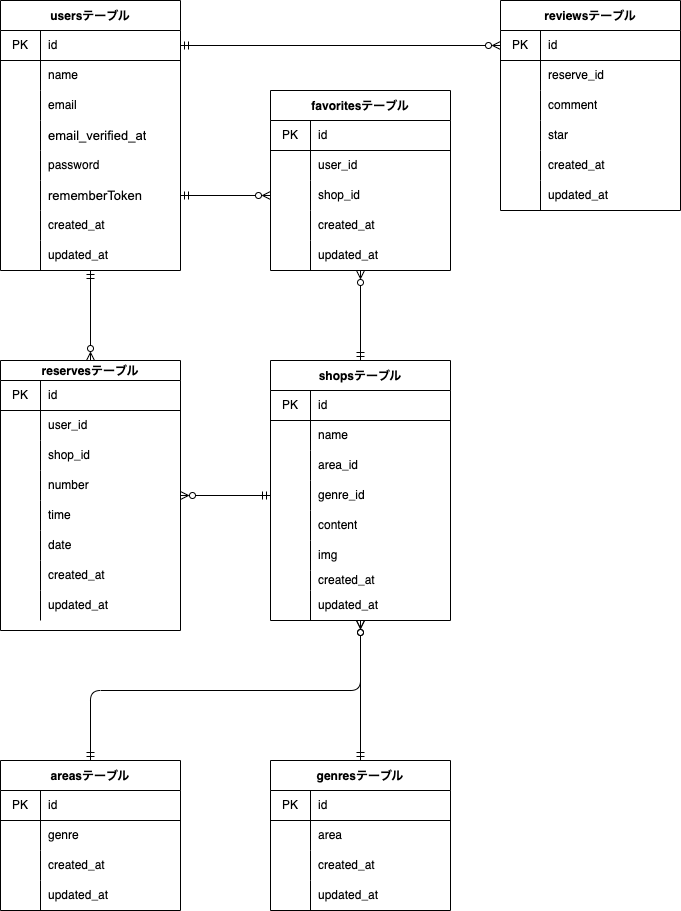
Before: public/img/readme/rese.drawio.png, a diagram exported from draw.io (appar377/rese-app). Source tidied: cells renumbered, new cells last; positions are measured from the earlier drawing's top-left corner, leaving out a move shared by most shapes.
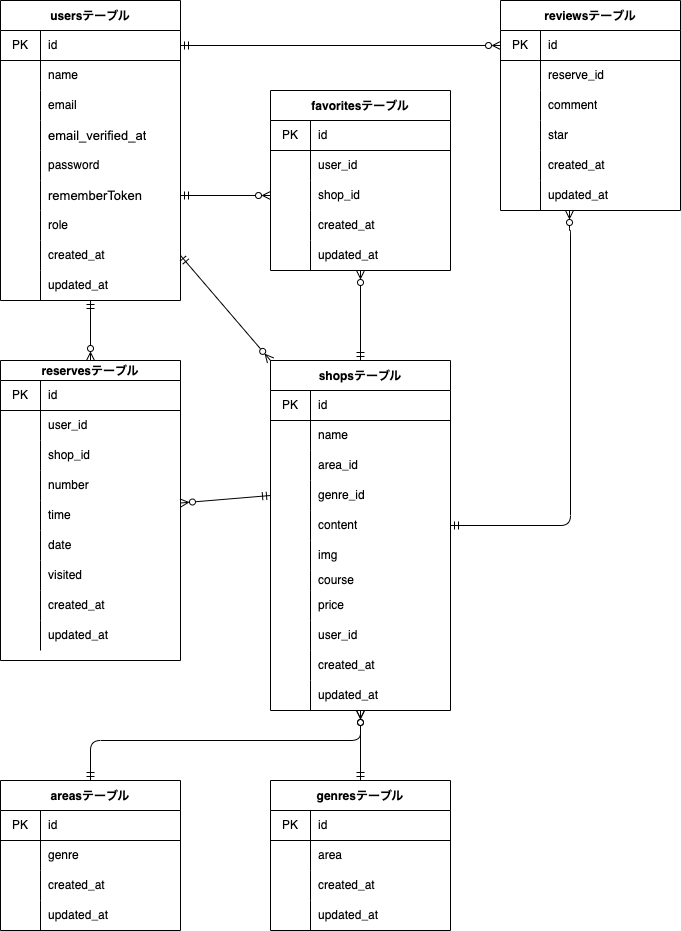
After the commit.

The edit, as a diff of the source:
```diff
@@ -3,7 +3,7 @@
     <mxCell id="0" />
     <mxCell id="1" parent="0" />
     <mxCell id="2" value="areasテーブル" style="shape=table;startSize=30;rowLines=0;fontStyle=1;align=center;" parent="1" vertex="1">
-      <mxGeometry y="760" width="180" height="150" as="geometry" />
+      <mxGeometry y="780" width="180" height="150" as="geometry" />
     </mxCell>
     <mxCell id="3" style="shape=partialRectangle;html=1;whiteSpace=wrap;fillColor=none;top=0;left=0;bottom=1;right=0;" parent="2" vertex="1">
       <mxGeometry y="30" width="180" height="30" as="geometry" />
@@ -96,7 +96,7 @@
       <mxGeometry relative="1" as="geometry" />
     </mxCell>
     <mxCell id="33" value="reservesテーブル" style="shape=table;startSize=20;rowLines=0;fontStyle=1;align=center;" parent="1" vertex="1">
-      <mxGeometry y="360" width="180" height="270" as="geometry" />
+      <mxGeometry y="360" width="180" height="300" as="geometry" />
     </mxCell>
     <mxCell id="34" style="shape=partialRectangle;html=1;whiteSpace=wrap;fillColor=none;top=0;left=0;bottom=1;right=0;" parent="33" vertex="1">
       <mxGeometry y="20" width="180" height="30" as="geometry" />
@@ -152,8 +152,17 @@
     <mxCell id="51" value="date" style="shape=partialRectangle;html=1;whiteSpace=wrap;fillColor=none;top=0;left=0;bottom=0;right=0;align=left;spacingLeft=6;overflow=hidden;" parent="49" vertex="1">
       <mxGeometry x="40" width="140" height="30" as="geometry" />
     </mxCell>
+    <mxCell id="146" style="shape=partialRectangle;html=1;whiteSpace=wrap;fillColor=none;top=0;left=0;bottom=0;right=0;" parent="33" vertex="1">
+      <mxGeometry y="200" width="180" height="30" as="geometry" />
+    </mxCell>
+    <mxCell id="147" style="shape=partialRectangle;html=1;whiteSpace=wrap;fillColor=none;top=0;left=0;bottom=0;right=0;overflow=hidden;" parent="146" vertex="1">
+      <mxGeometry width="40" height="30" as="geometry" />
+    </mxCell>
+    <mxCell id="148" value="visited" style="shape=partialRectangle;html=1;whiteSpace=wrap;fillColor=none;top=0;left=0;bottom=0;right=0;align=left;spacingLeft=6;overflow=hidden;" parent="146" vertex="1">
+      <mxGeometry x="40" width="140" height="30" as="geometry" />
+    </mxCell>
     <mxCell id="52" style="shape=partialRectangle;html=1;whiteSpace=wrap;fillColor=none;top=0;left=0;bottom=0;right=0;" parent="33" vertex="1">
-      <mxGeometry y="200" width="180" height="30" as="geometry" />
+      <mxGeometry y="230" width="180" height="30" as="geometry" />
     </mxCell>
     <mxCell id="53" style="shape=partialRectangle;html=1;whiteSpace=wrap;fillColor=none;top=0;left=0;bottom=0;right=0;overflow=hidden;" parent="52" vertex="1">
       <mxGeometry width="40" height="30" as="geometry" />
@@ -162,7 +171,7 @@
       <mxGeometry x="40" width="140" height="30" as="geometry" />
     </mxCell>
     <mxCell id="55" style="shape=partialRectangle;html=1;whiteSpace=wrap;fillColor=none;top=0;left=0;bottom=0;right=0;" parent="33" vertex="1">
-      <mxGeometry y="230" width="180" height="30" as="geometry" />
+      <mxGeometry y="260" width="180" height="30" as="geometry" />
     </mxCell>
     <mxCell id="56" style="shape=partialRectangle;html=1;whiteSpace=wrap;fillColor=none;top=0;left=0;bottom=0;right=0;overflow=hidden;" parent="55" vertex="1">
       <mxGeometry width="40" height="30" as="geometry" />
@@ -174,7 +183,7 @@
       <mxGeometry relative="1" as="geometry" />
     </mxCell>
     <mxCell id="59" value="shopsテーブル" style="shape=table;startSize=30;rowLines=0;fontStyle=1;align=center;" parent="1" vertex="1">
-      <mxGeometry x="270" y="360" width="180" height="260" as="geometry" />
+      <mxGeometry x="270" y="360" width="180" height="350" as="geometry" />
     </mxCell>
     <mxCell id="60" style="shape=partialRectangle;html=1;whiteSpace=wrap;fillColor=none;top=0;left=0;bottom=1;right=0;" parent="59" vertex="1">
       <mxGeometry y="30" width="180" height="30" as="geometry" />
@@ -236,7 +245,7 @@
     <mxCell id="79" style="shape=partialRectangle;html=1;whiteSpace=wrap;fillColor=none;top=0;left=0;bottom=0;right=0;overflow=hidden;" parent="78" vertex="1">
       <mxGeometry width="40" height="20" as="geometry" />
     </mxCell>
-    <mxCell id="80" value="created_at" style="shape=partialRectangle;html=1;whiteSpace=wrap;fillColor=none;top=0;left=0;bottom=0;right=0;align=left;spacingLeft=6;overflow=hidden;" parent="78" vertex="1">
+    <mxCell id="80" value="course" style="shape=partialRectangle;html=1;whiteSpace=wrap;fillColor=none;top=0;left=0;bottom=0;right=0;align=left;spacingLeft=6;overflow=hidden;" parent="78" vertex="1">
       <mxGeometry x="40" width="140" height="20" as="geometry" />
     </mxCell>
     <mxCell id="81" style="shape=partialRectangle;html=1;whiteSpace=wrap;fillColor=none;top=0;left=0;bottom=0;right=0;points=[[0,0.5],[1,0.5]];portConstraint=eastwest;" parent="59" vertex="1">
@@ -245,11 +254,38 @@
     <mxCell id="82" style="shape=partialRectangle;html=1;whiteSpace=wrap;fillColor=none;top=0;left=0;bottom=0;right=0;overflow=hidden;" parent="81" vertex="1">
       <mxGeometry width="40" height="30" as="geometry" />
     </mxCell>
-    <mxCell id="83" value="updated_at" style="shape=partialRectangle;html=1;whiteSpace=wrap;fillColor=none;top=0;left=0;bottom=0;right=0;align=left;spacingLeft=6;overflow=hidden;" parent="81" vertex="1">
+    <mxCell id="83" value="price" style="shape=partialRectangle;html=1;whiteSpace=wrap;fillColor=none;top=0;left=0;bottom=0;right=0;align=left;spacingLeft=6;overflow=hidden;" parent="81" vertex="1">
       <mxGeometry x="40" width="140" height="30" as="geometry" />
     </mxCell>
+    <mxCell id="149" style="shape=partialRectangle;html=1;whiteSpace=wrap;fillColor=none;top=0;left=0;bottom=0;right=0;" parent="59" vertex="1">
+      <mxGeometry y="260" width="180" height="30" as="geometry" />
+    </mxCell>
+    <mxCell id="150" style="shape=partialRectangle;html=1;whiteSpace=wrap;fillColor=none;top=0;left=0;bottom=0;right=0;overflow=hidden;" parent="149" vertex="1">
+      <mxGeometry width="40" height="30" as="geometry" />
+    </mxCell>
+    <mxCell id="151" value="user_id" style="shape=partialRectangle;html=1;whiteSpace=wrap;fillColor=none;top=0;left=0;bottom=0;right=0;align=left;spacingLeft=6;overflow=hidden;" parent="149" vertex="1">
+      <mxGeometry x="40" width="140" height="30" as="geometry" />
+    </mxCell>
+    <mxCell id="152" style="shape=partialRectangle;html=1;whiteSpace=wrap;fillColor=none;top=0;left=0;bottom=0;right=0;" parent="59" vertex="1">
+      <mxGeometry y="290" width="180" height="30" as="geometry" />
+    </mxCell>
+    <mxCell id="153" style="shape=partialRectangle;html=1;whiteSpace=wrap;fillColor=none;top=0;left=0;bottom=0;right=0;overflow=hidden;" parent="152" vertex="1">
+      <mxGeometry width="40" height="30" as="geometry" />
+    </mxCell>
+    <mxCell id="154" value="created_at" style="shape=partialRectangle;html=1;whiteSpace=wrap;fillColor=none;top=0;left=0;bottom=0;right=0;align=left;spacingLeft=6;overflow=hidden;" parent="152" vertex="1">
+      <mxGeometry x="40" width="140" height="30" as="geometry" />
+    </mxCell>
+    <mxCell id="155" style="shape=partialRectangle;html=1;whiteSpace=wrap;fillColor=none;top=0;left=0;bottom=0;right=0;" parent="59" vertex="1">
+      <mxGeometry y="320" width="180" height="30" as="geometry" />
+    </mxCell>
+    <mxCell id="156" style="shape=partialRectangle;html=1;whiteSpace=wrap;fillColor=none;top=0;left=0;bottom=0;right=0;overflow=hidden;" parent="155" vertex="1">
+      <mxGeometry width="40" height="30" as="geometry" />
+    </mxCell>
+    <mxCell id="157" value="updated_at" style="shape=partialRectangle;html=1;whiteSpace=wrap;fillColor=none;top=0;left=0;bottom=0;right=0;align=left;spacingLeft=6;overflow=hidden;" parent="155" vertex="1">
+      <mxGeometry x="40" width="140" height="30" as="geometry" />
+    </mxCell>
     <mxCell id="84" value="genresテーブル" style="shape=table;startSize=30;rowLines=0;fontStyle=1;align=center;" parent="1" vertex="1">
-      <mxGeometry x="270" y="760" width="180" height="150" as="geometry" />
+      <mxGeometry x="270" y="780" width="180" height="150" as="geometry" />
     </mxCell>
     <mxCell id="85" style="shape=partialRectangle;html=1;whiteSpace=wrap;fillColor=none;top=0;left=0;bottom=1;right=0;" parent="84" vertex="1">
       <mxGeometry y="30" width="180" height="30" as="geometry" />
@@ -294,7 +330,7 @@
       <mxGeometry relative="1" as="geometry" />
     </mxCell>
     <mxCell id="99" value="usersテーブル" style="shape=table;startSize=30;rowLines=0;fontStyle=1;align=center;" parent="1" vertex="1">
-      <mxGeometry width="180" height="270" as="geometry" />
+      <mxGeometry width="180" height="300" as="geometry" />
     </mxCell>
     <mxCell id="100" style="shape=partialRectangle;html=1;whiteSpace=wrap;fillColor=none;top=0;left=0;bottom=1;right=0;points=[[0,0.5],[1,0.5]];portConstraint=eastwest;" parent="99" vertex="1">
       <mxGeometry y="30" width="180" height="30" as="geometry" />
@@ -356,7 +392,7 @@
     <mxCell id="119" style="shape=partialRectangle;html=1;whiteSpace=wrap;fillColor=none;top=0;left=0;bottom=0;right=0;overflow=hidden;" parent="118" vertex="1">
       <mxGeometry width="40" height="30" as="geometry" />
     </mxCell>
-    <mxCell id="120" value="created_at" style="shape=partialRectangle;html=1;whiteSpace=wrap;fillColor=none;top=0;left=0;bottom=0;right=0;align=left;spacingLeft=6;overflow=hidden;" parent="118" vertex="1">
+    <mxCell id="120" value="role" style="shape=partialRectangle;html=1;whiteSpace=wrap;fillColor=none;top=0;left=0;bottom=0;right=0;align=left;spacingLeft=6;overflow=hidden;" parent="118" vertex="1">
       <mxGeometry x="40" width="140" height="30" as="geometry" />
     </mxCell>
     <mxCell id="121" style="shape=partialRectangle;html=1;whiteSpace=wrap;fillColor=none;top=0;left=0;bottom=0;right=0;points=[[0,0.5],[1,0.5]];portConstraint=eastwest;" parent="99" vertex="1">
@@ -365,11 +401,26 @@
     <mxCell id="122" style="shape=partialRectangle;html=1;whiteSpace=wrap;fillColor=none;top=0;left=0;bottom=0;right=0;overflow=hidden;" parent="121" vertex="1">
       <mxGeometry width="40" height="30" as="geometry" />
     </mxCell>
-    <mxCell id="123" value="updated_at" style="shape=partialRectangle;html=1;whiteSpace=wrap;fillColor=none;top=0;left=0;bottom=0;right=0;align=left;spacingLeft=6;overflow=hidden;" parent="121" vertex="1">
+    <mxCell id="123" value="created_at" style="shape=partialRectangle;html=1;whiteSpace=wrap;fillColor=none;top=0;left=0;bottom=0;right=0;align=left;spacingLeft=6;overflow=hidden;" parent="121" vertex="1">
       <mxGeometry x="40" width="140" height="30" as="geometry" />
     </mxCell>
+    <mxCell id="158" style="shape=partialRectangle;html=1;whiteSpace=wrap;fillColor=none;top=0;left=0;bottom=0;right=0;" parent="99" vertex="1">
+      <mxGeometry y="270" width="180" height="30" as="geometry" />
+    </mxCell>
+    <mxCell id="159" style="shape=partialRectangle;html=1;whiteSpace=wrap;fillColor=none;top=0;left=0;bottom=0;right=0;overflow=hidden;" parent="158" vertex="1">
+      <mxGeometry width="40" height="30" as="geometry" />
+    </mxCell>
+    <mxCell id="160" value="updated_at" style="shape=partialRectangle;html=1;whiteSpace=wrap;fillColor=none;top=0;left=0;bottom=0;right=0;align=left;spacingLeft=6;overflow=hidden;" parent="158" vertex="1">
+      <mxGeometry x="40" width="140" height="30" as="geometry" />
+    </mxCell>
-    <mxCell id="124" style="edgeStyle=elbowEdgeStyle;elbow=vertical;endArrow=ERzeroToMany;html=1;exitX=0.5;exitY=0;exitDx=0;exitDy=0;endFill=0;startArrow=ERmandOne;startFill=0;" parent="1" edge="1" source="2" target="81">
-      <mxGeometry relative="1" as="geometry" />
+    <mxCell id="124" style="edgeStyle=elbowEdgeStyle;elbow=vertical;endArrow=ERzeroToMany;html=1;exitX=0.5;exitY=0;exitDx=0;exitDy=0;endFill=0;startArrow=ERmandOne;startFill=0;" parent="1" edge="1" source="2">
+      <mxGeometry relative="1" as="geometry">
+        <mxPoint x="360" y="710" as="targetPoint" />
+        <Array as="points">
+          <mxPoint x="360" y="740" />
+          <mxPoint x="220" y="740" />
+        </Array>
+      </mxGeometry>
     </mxCell>
     <mxCell id="125" value="reviewsテーブル" style="shape=table;startSize=30;rowLines=0;fontStyle=1;align=center;" parent="1" vertex="1">
       <mxGeometry x="500" width="180" height="210" as="geometry" />
@@ -431,8 +482,18 @@
     <mxCell id="144" style="edgeStyle=none;html=1;entryX=0;entryY=0.5;entryDx=0;entryDy=0;endArrow=ERzeroToMany;endFill=0;startArrow=ERmandOne;startFill=0;" parent="1" edge="1" source="100" target="126">
       <mxGeometry relative="1" as="geometry" />
     </mxCell>
-    <mxCell id="145" style="edgeStyle=segmentEdgeStyle;endArrow=ERzeroToMany;html=1;entryX=0.487;entryY=0.99;entryDx=0;entryDy=0;entryPerimeter=0;exitX=1;exitY=0.5;exitDx=0;exitDy=0;startArrow=ERmandOne;startFill=0;endFill=0;" parent="1" edge="1" source="72" target="x">
-      <mxGeometry relative="1" as="geometry" />
+    <mxCell id="145" style="edgeStyle=segmentEdgeStyle;endArrow=ERzeroToMany;html=1;exitX=1;exitY=0.5;exitDx=0;exitDy=0;startArrow=ERmandOne;startFill=0;endFill=0;" parent="1" edge="1" source="72">
+      <mxGeometry relative="1" as="geometry">
+        <mxPoint x="569" y="210" as="targetPoint" />
+        <Array as="points">
+          <mxPoint x="570" y="525" />
+          <mxPoint x="570" y="230" />
+          <mxPoint x="569" y="230" />
+        </Array>
+      </mxGeometry>
     </mxCell>
+    <mxCell id="161" style="edgeStyle=none;html=1;exitX=1;exitY=0.5;exitDx=0;exitDy=0;entryX=0;entryY=0;entryDx=0;entryDy=0;endArrow=ERzeroToMany;endFill=0;startArrow=ERmandOne;startFill=0;" parent="1" edge="1" source="121" target="59">
+      <mxGeometry relative="1" as="geometry" />
+    </mxCell>
   </root>
 </mxGraphModel>
```
